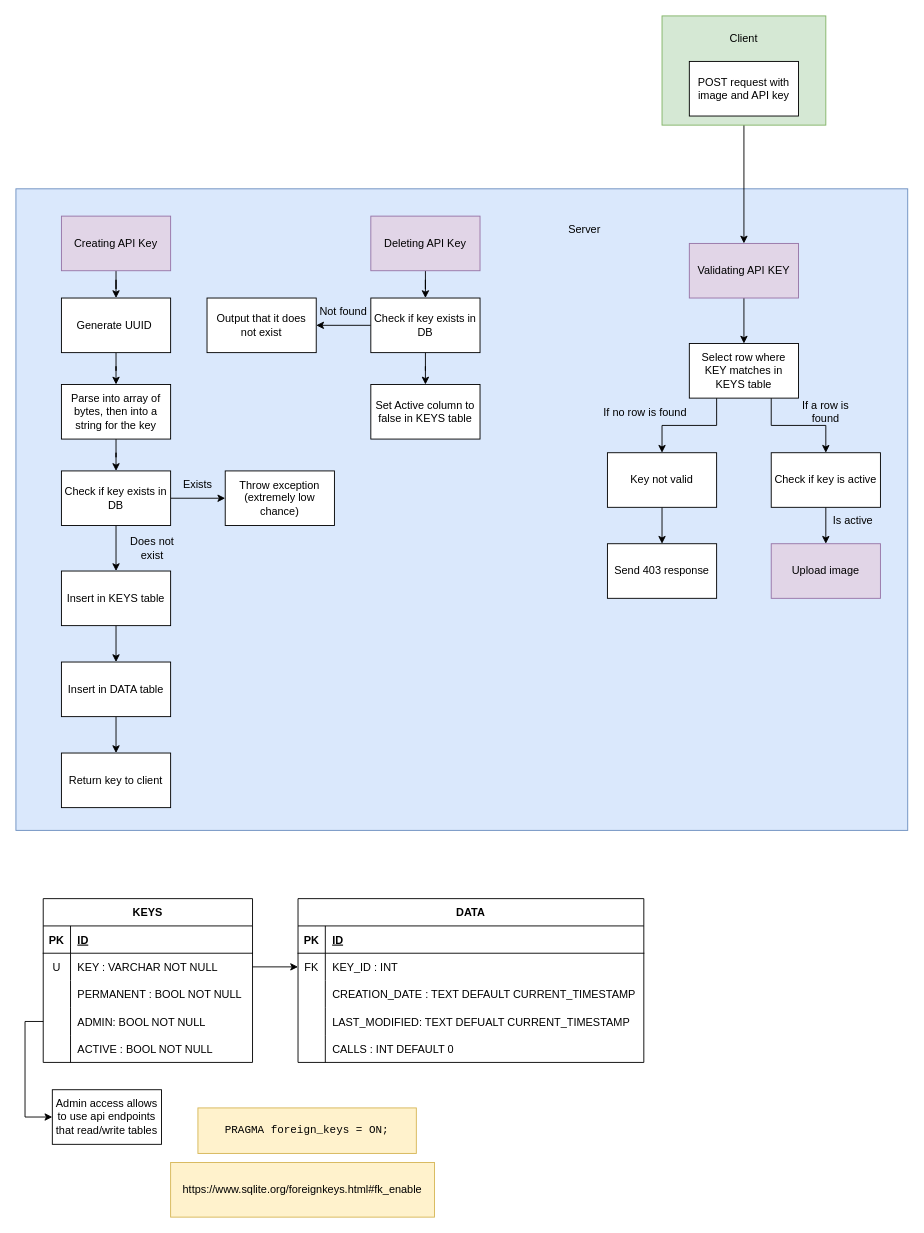
The draw.io diagram layout.drawio in neil-lobo/cdn-api, before the edit. Source tidied: cells renumbered, new cells numbered last; positions are measured from the earlier drawing's top-left corner, leaving out a move shared by most shapes. Both pictures are drawn from the tidied source at 91%, with x=0, y=0 at pixel (15, 15).
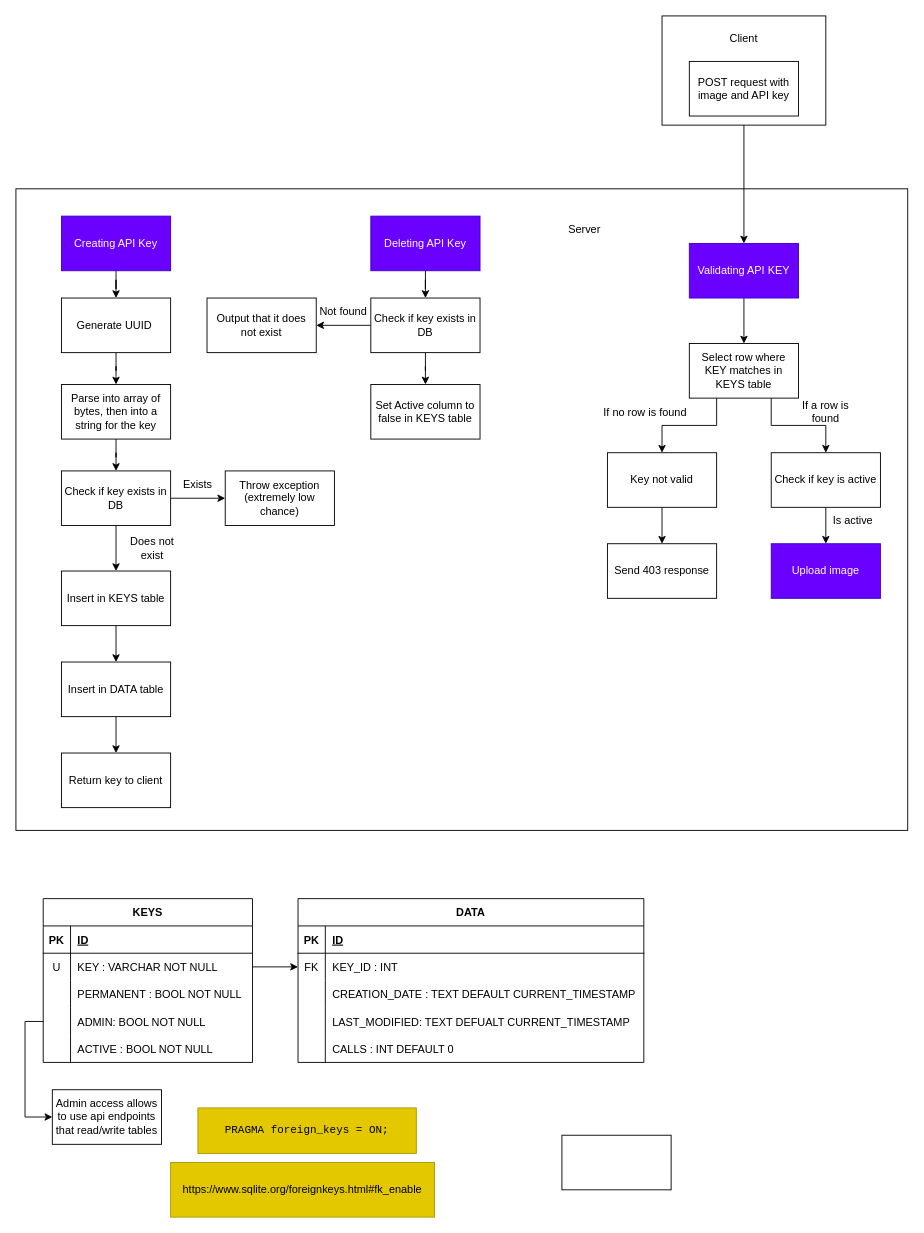
After the change.

Commit message (it also covers changes not shown here):
replace sqlite for mariadb; created api key validation middleware

The edit, as a diff of the source:
```diff
@@
-    <mxCell id="2" style="rounded=0;whiteSpace=wrap;html=1;fillColor=#dae8fc;strokeColor=#6c8ebf;" parent="1" vertex="1">
+    <mxCell id="2" style="rounded=0;whiteSpace=wrap;html=1;" parent="1" vertex="1">
       <mxGeometry y="190" width="980" height="705" as="geometry" />
     </mxCell>
@@
-    <mxCell id="4" value="Creating API Key" style="rounded=0;whiteSpace=wrap;html=1;fillColor=#e1d5e7;strokeColor=#9673a6;" parent="1" vertex="1">
+    <mxCell id="4" value="Creating API Key" style="rounded=0;whiteSpace=wrap;html=1;fillColor=#6a00ff;strokeColor=#3700CC;fontColor=#ffffff;" parent="1" vertex="1">
       <mxGeometry x="50" y="220" width="120" height="60" as="geometry" />
     </mxCell>
@@
-    <mxCell id="6" value="Deleting API Key" style="rounded=0;whiteSpace=wrap;html=1;fillColor=#e1d5e7;strokeColor=#9673a6;" parent="1" vertex="1">
+    <mxCell id="6" value="Deleting API Key" style="rounded=0;whiteSpace=wrap;html=1;fillColor=#6a00ff;strokeColor=#3700CC;fontColor=#ffffff;" parent="1" vertex="1">
       <mxGeometry x="390" y="220" width="120" height="60" as="geometry" />
     </mxCell>
@@
-    <mxCell id="8" value="Validating API KEY" style="rounded=0;whiteSpace=wrap;html=1;fillColor=#e1d5e7;strokeColor=#9673a6;" parent="1" vertex="1">
+    <mxCell id="8" value="Validating API KEY" style="rounded=0;whiteSpace=wrap;html=1;fillColor=#6a00ff;strokeColor=#3700CC;fontColor=#ffffff;" parent="1" vertex="1">
       <mxGeometry x="740" y="250" width="120" height="60" as="geometry" />
     </mxCell>
@@
-    <mxCell id="52" value="Upload image" style="rounded=0;whiteSpace=wrap;html=1;fillColor=#e1d5e7;strokeColor=#9673a6;" parent="1" vertex="1">
+    <mxCell id="52" value="Upload image" style="rounded=0;whiteSpace=wrap;html=1;fillColor=#6a00ff;strokeColor=#3700CC;fontColor=#ffffff;" parent="1" vertex="1">
       <mxGeometry x="830" y="580" width="120" height="60" as="geometry" />
     </mxCell>
@@
-    <mxCell id="58" style="rounded=0;whiteSpace=wrap;html=1;fillColor=#d5e8d4;strokeColor=#82b366;" parent="1" vertex="1">
+    <mxCell id="58" style="rounded=0;whiteSpace=wrap;html=1;" parent="1" vertex="1">
       <mxGeometry x="710" width="180" height="120" as="geometry" />
     </mxCell>
@@
-    <mxCell id="86" value="&lt;pre style=&quot;box-sizing: border-box ; display: table-cell ; font-size: 1em&quot;&gt;PRAGMA foreign_keys = ON;&lt;/pre&gt;" style="rounded=0;whiteSpace=wrap;html=1;fillColor=#fff2cc;strokeColor=#d6b656;" parent="1" vertex="1">
+    <mxCell id="86" value="&lt;pre style=&quot;box-sizing: border-box ; display: table-cell ; font-size: 1em&quot;&gt;PRAGMA foreign_keys = ON;&lt;/pre&gt;" style="rounded=0;whiteSpace=wrap;html=1;fillColor=#e3c800;strokeColor=#B09500;fontColor=#000000;" parent="1" vertex="1">
       <mxGeometry x="200" y="1200" width="240" height="50" as="geometry" />
     </mxCell>
-    <mxCell id="87" value="https://www.sqlite.org/foreignkeys.html#fk_enable" style="rounded=0;whiteSpace=wrap;html=1;fillColor=#fff2cc;strokeColor=#d6b656;" parent="1" vertex="1">
+    <mxCell id="87" value="https://www.sqlite.org/foreignkeys.html#fk_enable" style="rounded=0;whiteSpace=wrap;html=1;fillColor=#e3c800;strokeColor=#B09500;fontColor=#000000;" parent="1" vertex="1">
       <mxGeometry x="170" y="1260" width="290" height="60" as="geometry" />
     </mxCell>
+    <mxCell id="88" style="rounded=0;whiteSpace=wrap;html=1;" parent="1" vertex="1">
+      <mxGeometry x="600" y="1230" width="120" height="60" as="geometry" />
+    </mxCell>
```
